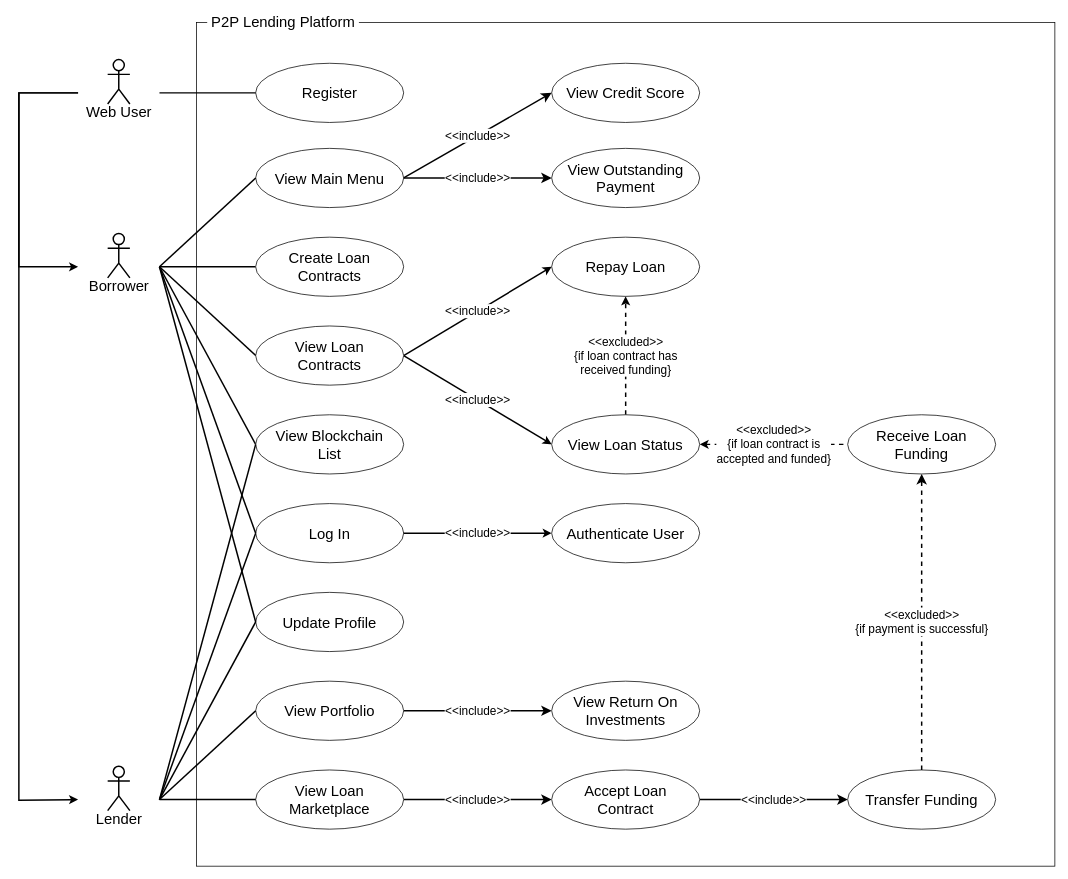
SQU3AKERS/Sky-P2P keeps this draw.io diagram as Diagrams/SKY-P2P-UCD.drawio. Above is the earlier version. Source tidied: cells renumbered, new cells numbered last; positions are measured from the earlier drawing's top-left corner, leaving out a move shared by most shapes. Both pictures are drawn from the tidied source at 74%, with x=0, y=0 at pixel (18, 22).
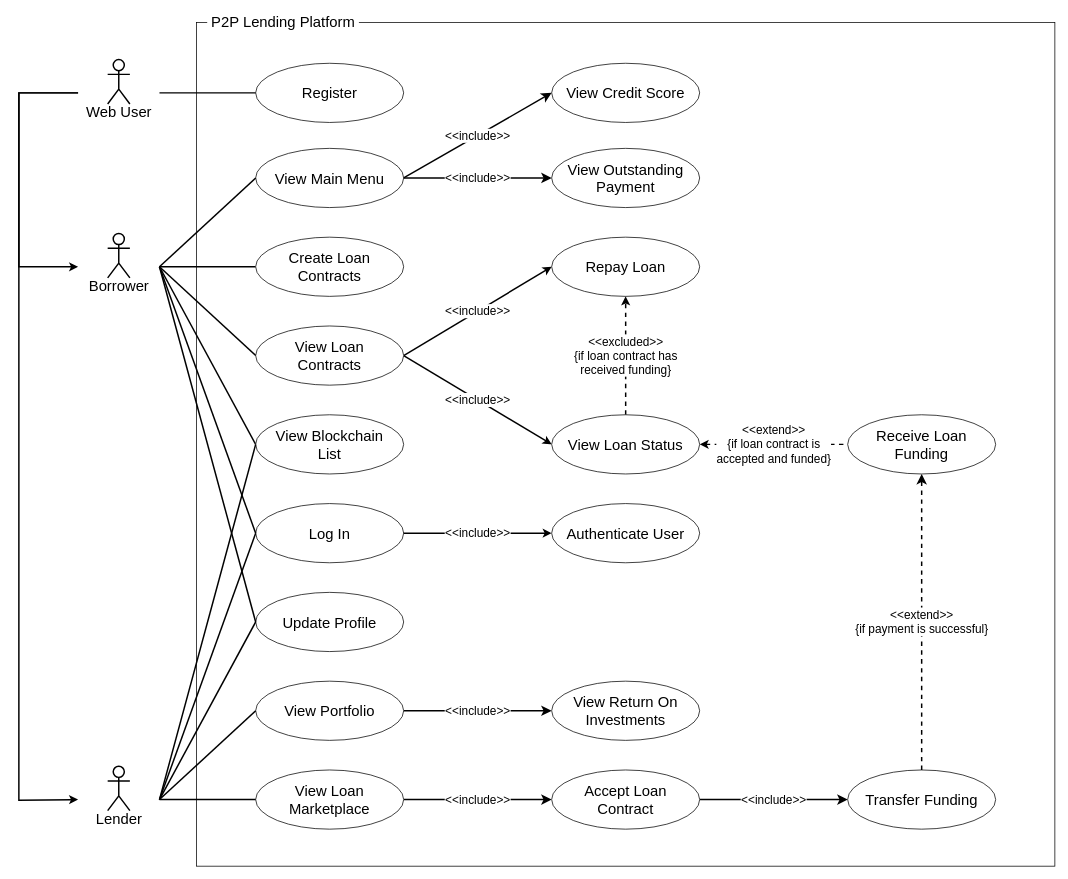
The same diagram, later.

Unchanged cells that the change refers to:
```xml
<mxCell id="6" value="Receive Loan Funding" style="ellipse;html=1;whiteSpace=wrap;fillColor=#FFFFFF;fontSize=20;" parent="1" vertex="1">
  <mxGeometry x="1120" y="530" width="200" height="80" as="geometry" />
</mxCell>
<mxCell id="9" value="View Loan Status" style="ellipse;html=1;whiteSpace=wrap;fillColor=#FFFFFF;fontSize=20;" parent="1" vertex="1">
  <mxGeometry x="720" y="530" width="200" height="80" as="geometry" />
</mxCell>
<mxCell id="17" value="Transfer Funding" style="ellipse;html=1;whiteSpace=wrap;fillColor=#FFFFFF;fontSize=20;" parent="1" vertex="1">
  <mxGeometry x="1120" y="1010" width="200" height="80" as="geometry" />
</mxCell>
```

What changed in the source:
```diff
@@
-    <mxCell id="16" value="&amp;lt;&amp;lt;excluded&amp;gt;&amp;gt;&lt;br&gt;{if payment is successful}" style="edgeStyle=none;curved=1;rounded=0;jettySize=auto;html=1;exitX=0.5;exitY=0;exitDx=0;exitDy=0;entryX=0.5;entryY=1;entryDx=0;entryDy=0;fontSize=16;startSize=8;endSize=8;dashed=1;strokeWidth=2;" parent="1" edge="1" source="17" target="6">
+    <mxCell id="16" value="&amp;lt;&amp;lt;extend&amp;gt;&amp;gt;&lt;br&gt;{if payment is successful}" style="edgeStyle=none;curved=1;rounded=0;jettySize=auto;html=1;exitX=0.5;exitY=0;exitDx=0;exitDy=0;entryX=0.5;entryY=1;entryDx=0;entryDy=0;fontSize=16;startSize=8;endSize=8;dashed=1;strokeWidth=2;" parent="1" edge="1" source="17" target="6">
       <mxGeometry relative="1" as="geometry" />
     </mxCell>
@@
-    <mxCell id="18" value="&lt;font style=&quot;font-size: 16px;&quot;&gt;&amp;lt;&amp;lt;excluded&amp;gt;&amp;gt;&lt;br style=&quot;font-size: 16px;&quot;&gt;{if loan contract is &lt;br style=&quot;font-size: 16px;&quot;&gt;accepted and funded}&lt;br style=&quot;font-size: 16px;&quot;&gt;&lt;/font&gt;" style="rounded=0;jettySize=auto;html=1;exitX=1;exitY=0.5;exitDx=0;exitDy=0;entryX=0;entryY=0.5;entryDx=0;entryDy=0;endArrow=none;endFill=0;strokeWidth=2;startArrow=classic;startFill=1;dashed=1;fontSize=16;" parent="1" edge="1" source="9" target="6">
+    <mxCell id="18" value="&lt;font style=&quot;font-size: 16px;&quot;&gt;&amp;lt;&amp;lt;extend&amp;gt;&amp;gt;&lt;br style=&quot;font-size: 16px;&quot;&gt;{if loan contract is &lt;br style=&quot;font-size: 16px;&quot;&gt;accepted and funded}&lt;br style=&quot;font-size: 16px;&quot;&gt;&lt;/font&gt;" style="rounded=0;jettySize=auto;html=1;exitX=1;exitY=0.5;exitDx=0;exitDy=0;entryX=0;entryY=0.5;entryDx=0;entryDy=0;endArrow=none;endFill=0;strokeWidth=2;startArrow=classic;startFill=1;dashed=1;fontSize=16;" parent="1" edge="1" source="9" target="6">
       <mxGeometry relative="1" as="geometry" />
     </mxCell>
```
